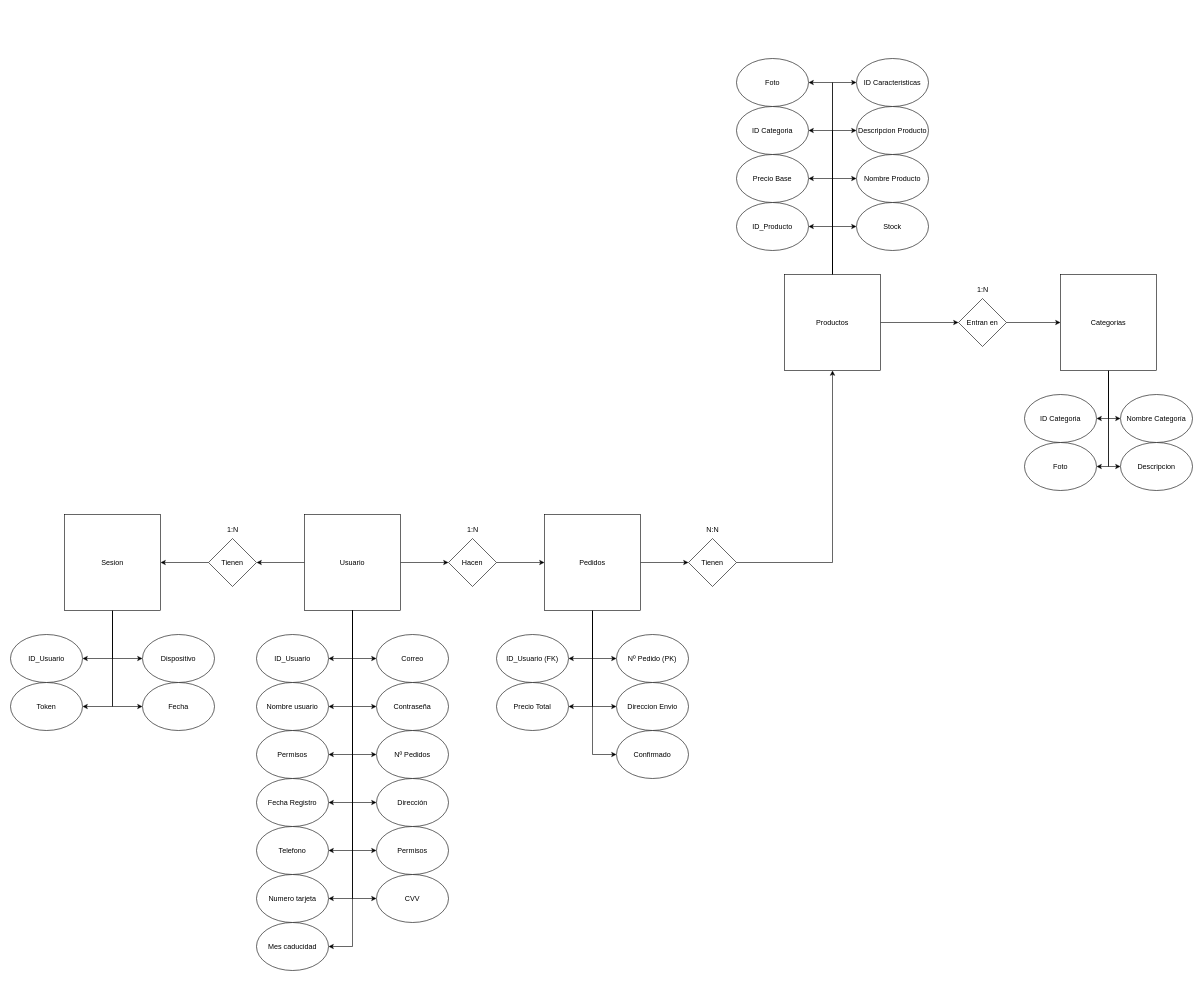
Before: page "Modelo Relacional" (1 of 2) of BBDDTFG.drawio in meeeww/tfg_server, a draw.io diagram. Source tidied: cells renumbered, new cells numbered last; positions are measured from the earlier drawing's top-left corner, leaving out a move shared by most shapes. Both pictures are drawn from the tidied source at 60%, with x=0, y=0 at pixel (10, 58).
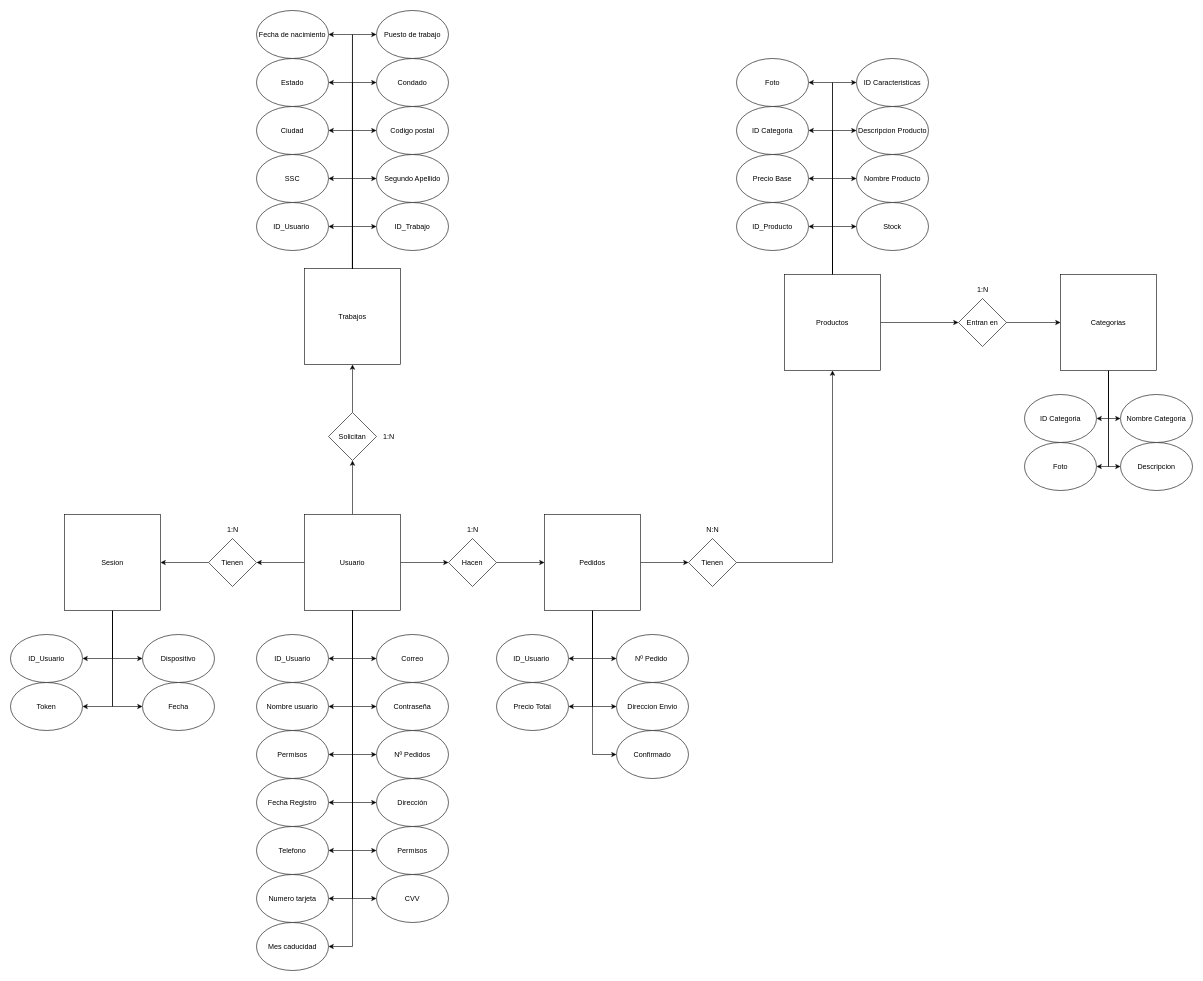
The same diagram, later.

Unchanged cells that the change refers to:
```xml
<mxCell id="13" value="Usuario" style="whiteSpace=wrap;html=1;" parent="1" vertex="1">
  <mxGeometry x="490" y="760" width="160" height="160" as="geometry" />
</mxCell>
```

Diff of the diagram source:
```diff
@@
+    <mxCell id="91" style="edgeStyle=none;html=1;exitX=0.5;exitY=0;exitDx=0;exitDy=0;entryX=0.5;entryY=1;entryDx=0;entryDy=0;" parent="1" edge="1" source="13" target="93">
+      <mxGeometry relative="1" as="geometry" />
+    </mxCell>
@@
-    <mxCell id="28" value="ID_Usuario (FK)" style="ellipse;whiteSpace=wrap;html=1;" parent="1" vertex="1">
+    <mxCell id="28" value="ID_Usuario&amp;nbsp;" style="ellipse;whiteSpace=wrap;html=1;" parent="1" vertex="1">
       <mxGeometry x="810" y="960" width="120" height="80" as="geometry" />
     </mxCell>
@@
-    <mxCell id="50" value="Nº Pedido (PK)" style="ellipse;whiteSpace=wrap;html=1;" parent="1" vertex="1">
+    <mxCell id="50" value="Nº Pedido&amp;nbsp;" style="ellipse;whiteSpace=wrap;html=1;" parent="1" vertex="1">
       <mxGeometry x="1010" y="960" width="120" height="80" as="geometry" />
     </mxCell>
@@
+    <mxCell id="92" style="edgeStyle=none;html=1;entryX=0.5;entryY=1;entryDx=0;entryDy=0;" parent="1" edge="1" source="93" target="94">
+      <mxGeometry relative="1" as="geometry" />
+    </mxCell>
+    <mxCell id="93" value="Solicitan" style="rhombus;whiteSpace=wrap;html=1;" parent="1" vertex="1">
+      <mxGeometry x="530" y="590" width="80" height="80" as="geometry" />
+    </mxCell>
+    <mxCell id="94" value="Trabajos" style="whiteSpace=wrap;html=1;" parent="1" vertex="1">
+      <mxGeometry x="490" y="350" width="160" height="160" as="geometry" />
+    </mxCell>
+    <mxCell id="95" value="1:N" style="text;html=1;align=center;verticalAlign=middle;strokeColor=none;fillColor=none;" parent="1" vertex="1">
+      <mxGeometry x="610" y="615" width="40" height="30" as="geometry" />
+    </mxCell>
+    <mxCell id="96" style="edgeStyle=none;html=1;exitX=1;exitY=0.5;exitDx=0;exitDy=0;entryX=1;entryY=0.5;entryDx=0;entryDy=0;" parent="1" edge="1" source="97" target="97">
+      <mxGeometry relative="1" as="geometry" />
+    </mxCell>
+    <mxCell id="97" value="ID_Usuario&amp;nbsp;" style="ellipse;whiteSpace=wrap;html=1;" parent="1" vertex="1">
+      <mxGeometry x="410" y="240" width="120" height="80" as="geometry" />
+    </mxCell>
+    <mxCell id="98" style="edgeStyle=orthogonalEdgeStyle;rounded=0;jettySize=auto;html=1;entryX=1;entryY=0.5;entryDx=0;entryDy=0;" parent="1" edge="1" target="97">
+      <mxGeometry relative="1" as="geometry">
+        <mxPoint x="570" y="350" as="sourcePoint" />
+        <Array as="points">
+          <mxPoint x="570" y="280" />
+        </Array>
+      </mxGeometry>
+    </mxCell>
+    <mxCell id="99" value="Segundo Apellido" style="ellipse;whiteSpace=wrap;html=1;" parent="1" vertex="1">
+      <mxGeometry x="610" y="160" width="120" height="80" as="geometry" />
+    </mxCell>
+    <mxCell id="100" style="edgeStyle=orthogonalEdgeStyle;rounded=0;jettySize=auto;html=1;entryX=0;entryY=0.5;entryDx=0;entryDy=0;" parent="1" edge="1" target="99">
+      <mxGeometry relative="1" as="geometry">
+        <mxPoint x="570" y="350" as="sourcePoint" />
+        <Array as="points">
+          <mxPoint x="570" y="200" />
+        </Array>
+      </mxGeometry>
+    </mxCell>
+    <mxCell id="101" value="SSC" style="ellipse;whiteSpace=wrap;html=1;" parent="1" vertex="1">
+      <mxGeometry x="410" y="160" width="120" height="80" as="geometry" />
+    </mxCell>
+    <mxCell id="102" value="Codigo postal" style="ellipse;whiteSpace=wrap;html=1;" parent="1" vertex="1">
+      <mxGeometry x="610" y="80" width="120" height="80" as="geometry" />
+    </mxCell>
+    <mxCell id="103" style="edgeStyle=orthogonalEdgeStyle;rounded=0;orthogonalLoop=1;jettySize=auto;html=1;" parent="1" edge="1">
+      <mxGeometry relative="1" as="geometry">
+        <mxPoint x="570" y="350" as="sourcePoint" />
+        <mxPoint x="530" y="120" as="targetPoint" />
+        <Array as="points">
+          <mxPoint x="570" y="120" />
+          <mxPoint x="530" y="120" />
+        </Array>
+      </mxGeometry>
+    </mxCell>
+    <mxCell id="104" style="edgeStyle=orthogonalEdgeStyle;rounded=0;jettySize=auto;html=1;entryX=0;entryY=0.5;entryDx=0;entryDy=0;" parent="1" edge="1" target="102">
+      <mxGeometry relative="1" as="geometry">
+        <mxPoint x="570" y="350" as="sourcePoint" />
+        <Array as="points">
+          <mxPoint x="570" y="120" />
+        </Array>
+      </mxGeometry>
+    </mxCell>
+    <mxCell id="105" value="Ciudad" style="ellipse;whiteSpace=wrap;html=1;" parent="1" vertex="1">
+      <mxGeometry x="410" y="80" width="120" height="80" as="geometry" />
+    </mxCell>
+    <mxCell id="106" value="Estado" style="ellipse;whiteSpace=wrap;html=1;" parent="1" vertex="1">
+      <mxGeometry x="410" width="120" height="80" as="geometry" />
+    </mxCell>
+    <mxCell id="107" value="Condado" style="ellipse;whiteSpace=wrap;html=1;" parent="1" vertex="1">
+      <mxGeometry x="610" width="120" height="80" as="geometry" />
+    </mxCell>
+    <mxCell id="108" value="Puesto de trabajo" style="ellipse;whiteSpace=wrap;html=1;" parent="1" vertex="1">
+      <mxGeometry x="610" y="-80" width="120" height="80" as="geometry" />
+    </mxCell>
+    <mxCell id="109" value="Fecha de nacimiento" style="ellipse;whiteSpace=wrap;html=1;" parent="1" vertex="1">
+      <mxGeometry x="410" y="-80" width="120" height="80" as="geometry" />
+    </mxCell>
+    <mxCell id="110" style="edgeStyle=orthogonalEdgeStyle;rounded=0;jettySize=auto;html=1;entryX=1;entryY=0.5;entryDx=0;entryDy=0;" parent="1" edge="1" target="106">
+      <mxGeometry relative="1" as="geometry">
+        <mxPoint x="570" y="350" as="sourcePoint" />
+        <Array as="points">
+          <mxPoint x="570" y="40" />
+        </Array>
+      </mxGeometry>
+    </mxCell>
+    <mxCell id="111" style="edgeStyle=orthogonalEdgeStyle;rounded=0;orthogonalLoop=1;jettySize=auto;html=1;" parent="1" edge="1">
+      <mxGeometry relative="1" as="geometry">
+        <mxPoint x="570" y="350" as="sourcePoint" />
+        <mxPoint x="610" y="-40" as="targetPoint" />
+        <Array as="points">
+          <mxPoint x="570" y="-40" />
+          <mxPoint x="610" y="-40" />
+        </Array>
+      </mxGeometry>
+    </mxCell>
+    <mxCell id="112" style="edgeStyle=orthogonalEdgeStyle;rounded=0;jettySize=auto;html=1;entryX=1;entryY=0.5;entryDx=0;entryDy=0;" parent="1" edge="1" target="109">
+      <mxGeometry relative="1" as="geometry">
+        <mxPoint x="569.9" y="350" as="sourcePoint" />
+        <Array as="points">
+          <mxPoint x="570" y="-40" />
+        </Array>
+      </mxGeometry>
+    </mxCell>
+    <mxCell id="113" value="ID_Trabajo" style="ellipse;whiteSpace=wrap;html=1;" parent="1" vertex="1">
+      <mxGeometry x="610" y="240" width="120" height="80" as="geometry" />
+    </mxCell>
+    <mxCell id="114" style="edgeStyle=orthogonalEdgeStyle;rounded=0;jettySize=auto;html=1;entryX=0;entryY=0.5;entryDx=0;entryDy=0;" parent="1" edge="1" target="113">
+      <mxGeometry relative="1" as="geometry">
+        <mxPoint x="569.9" y="350" as="sourcePoint" />
+        <Array as="points">
+          <mxPoint x="570" y="280" />
+        </Array>
+      </mxGeometry>
+    </mxCell>
+    <mxCell id="115" style="edgeStyle=orthogonalEdgeStyle;rounded=0;jettySize=auto;html=1;entryX=0;entryY=0.5;entryDx=0;entryDy=0;" parent="1" edge="1" target="107">
+      <mxGeometry relative="1" as="geometry">
+        <mxPoint x="569.9" y="350" as="sourcePoint" />
+        <Array as="points">
+          <mxPoint x="570" y="40" />
+        </Array>
+      </mxGeometry>
+    </mxCell>
+    <mxCell id="116" style="edgeStyle=orthogonalEdgeStyle;rounded=0;jettySize=auto;html=1;" parent="1" edge="1" target="101">
+      <mxGeometry relative="1" as="geometry">
+        <mxPoint x="570" y="350" as="sourcePoint" />
+        <Array as="points">
+          <mxPoint x="570" y="200" />
+        </Array>
+      </mxGeometry>
+    </mxCell>
```
